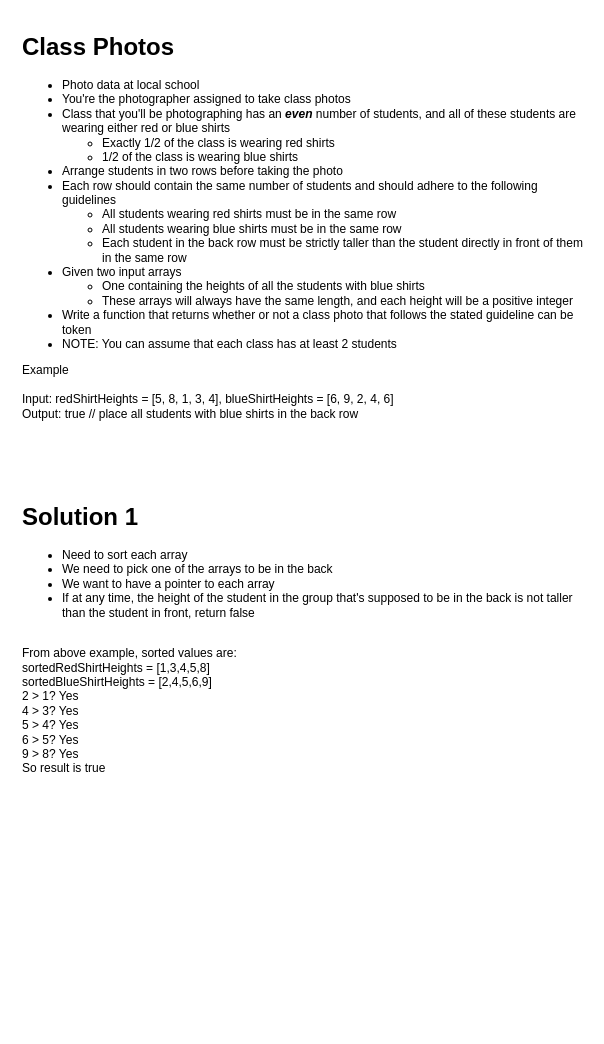
Earlier version of the draw.io diagram src/class-photos.drawio (aj03794/leetcode-problems). Source tidied: cells renumbered, new cells numbered last; positions are measured from the earlier drawing's top-left corner, leaving out a move shared by most shapes. Both pictures are drawn from the tidied source at 100%, with x=0, y=0 at pixel (17, 27).
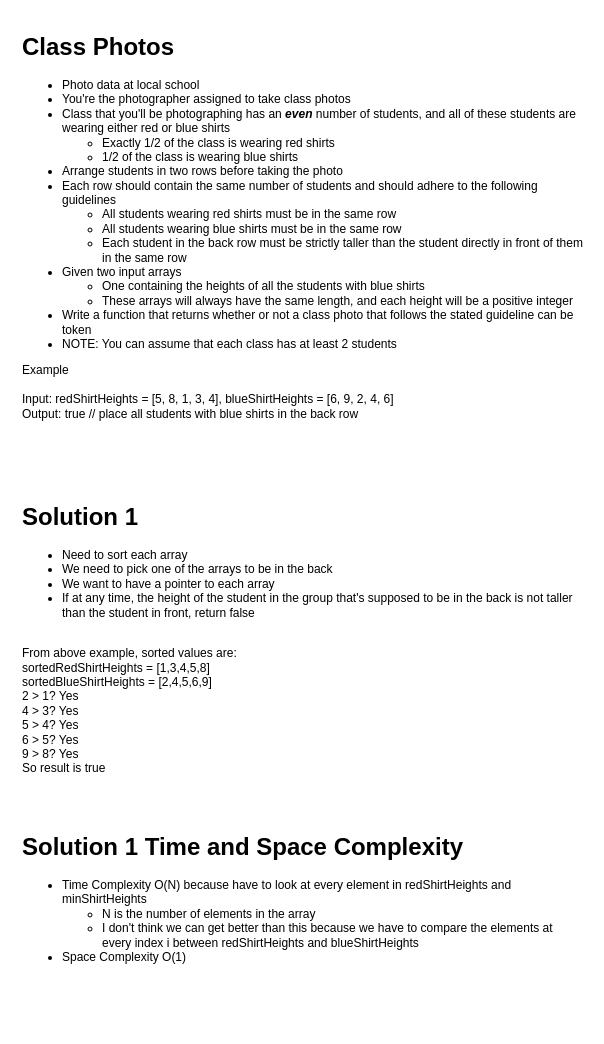
The same page after the edit.

Change to the diagram source:
```diff
@@
 <mxGraphModel>
   <root>
     <mxCell id="0" />
     <mxCell id="1" parent="0" />
     <mxCell id="2" value="&lt;h1&gt;Class Photos&lt;/h1&gt;&lt;p&gt;&lt;/p&gt;&lt;ul&gt;&lt;li&gt;Photo data at local school&lt;/li&gt;&lt;li&gt;You're the photographer assigned to take class photos&lt;/li&gt;&lt;li&gt;Class that you'll be photographing has an &lt;i style=&quot;font-weight: bold;&quot;&gt;even &lt;/i&gt;number of students, and all of these students are wearing either red or blue shirts&lt;/li&gt;&lt;ul&gt;&lt;li&gt;Exactly 1/2 of the class is wearing red shirts&lt;/li&gt;&lt;li&gt;1/2 of the class is wearing blue shirts&lt;/li&gt;&lt;/ul&gt;&lt;li&gt;Arrange students in two rows before taking the photo&lt;/li&gt;&lt;li&gt;Each row should contain the same number of students and should adhere to the following guidelines&lt;/li&gt;&lt;ul&gt;&lt;li&gt;All students wearing red shirts must be in the same row&lt;/li&gt;&lt;li&gt;All students wearing blue shirts must be in the same row&lt;/li&gt;&lt;li&gt;Each student in the back row must be strictly taller than the student directly in front of them in the same row&lt;/li&gt;&lt;/ul&gt;&lt;li&gt;Given two input arrays&lt;/li&gt;&lt;ul&gt;&lt;li&gt;One containing the heights of all the students with blue shirts&lt;/li&gt;&lt;li&gt;These arrays will always have the same length, and each height will be a positive integer&lt;/li&gt;&lt;/ul&gt;&lt;li&gt;Write a function that returns whether or not a class photo that follows the stated guideline can be token&lt;/li&gt;&lt;li&gt;NOTE: You can assume that each class has at least 2 students&lt;/li&gt;&lt;/ul&gt;&lt;div&gt;Example&lt;/div&gt;&lt;div&gt;&lt;br&gt;&lt;/div&gt;&lt;div&gt;Input: redShirtHeights = [5, 8, 1, 3, 4],&amp;nbsp;&lt;span style=&quot;background-color: initial;&quot;&gt;blueShirtHeights = [6, 9, 2, 4, 6]&lt;/span&gt;&lt;/div&gt;&lt;div&gt;Output: true // place all students with blue shirts in the back row&lt;/div&gt;&lt;p&gt;&lt;/p&gt;" style="text;html=1;strokeColor=none;fillColor=none;spacing=5;spacingTop=-20;whiteSpace=wrap;overflow=hidden;rounded=0;" parent="1" vertex="1">
       <mxGeometry width="570" height="430" as="geometry" />
     </mxCell>
     <mxCell id="3" value="&lt;h1&gt;Solution 1&lt;/h1&gt;&lt;p&gt;&lt;/p&gt;&lt;ul&gt;&lt;li&gt;Need to sort each array&lt;/li&gt;&lt;li&gt;We need to pick one of the arrays to be in the back&lt;/li&gt;&lt;li&gt;We want to have a pointer to each array&lt;/li&gt;&lt;li&gt;If at any time, the height of the student in the group that's supposed to be in the back is not taller than the student in front, return false&lt;/li&gt;&lt;/ul&gt;&lt;div&gt;&lt;br&gt;&lt;/div&gt;&lt;div&gt;From above example, sorted values are:&lt;/div&gt;&lt;div&gt;sortedRedShirtHeights = [1,3,4,5,8]&lt;/div&gt;&lt;div&gt;sortedBlueShirtHeights = [2,4,5,6,9]&lt;/div&gt;&lt;div&gt;2 &amp;gt; 1? Yes&lt;/div&gt;&lt;div&gt;4 &amp;gt; 3? Yes&lt;/div&gt;&lt;div&gt;5 &amp;gt; 4? Yes&lt;/div&gt;&lt;div&gt;6 &amp;gt; 5? Yes&lt;/div&gt;&lt;div&gt;9 &amp;gt; 8? Yes&lt;/div&gt;&lt;div&gt;So result is true&lt;/div&gt;&lt;div&gt;&lt;br&gt;&lt;/div&gt;&lt;div&gt;&lt;br&gt;&lt;/div&gt;&lt;p&gt;&lt;/p&gt;" style="text;html=1;strokeColor=none;fillColor=none;spacing=5;spacingTop=-20;whiteSpace=wrap;overflow=hidden;rounded=0;" parent="1" vertex="1">
       <mxGeometry y="470" width="560" height="300" as="geometry" />
     </mxCell>
+    <mxCell id="4" value="&lt;h1&gt;Solution 1 Time and Space Complexity&lt;/h1&gt;&lt;p&gt;&lt;/p&gt;&lt;ul&gt;&lt;li&gt;Time Complexity O(N) because have to look at every element in redShirtHeights and minShirtHeights&lt;/li&gt;&lt;ul&gt;&lt;li&gt;N is the number of elements in the array&lt;/li&gt;&lt;li&gt;I don't think we can get better than this because we have to compare the elements at every index i between redShirtHeights and blueShirtHeights&lt;/li&gt;&lt;/ul&gt;&lt;li&gt;Space Complexity O(1)&lt;/li&gt;&lt;/ul&gt;&lt;div&gt;&lt;br&gt;&lt;/div&gt;&lt;div&gt;&lt;br&gt;&lt;/div&gt;&lt;div&gt;&lt;br&gt;&lt;/div&gt;&lt;div&gt;&lt;br&gt;&lt;/div&gt;&lt;p&gt;&lt;/p&gt;" style="text;html=1;strokeColor=none;fillColor=none;spacing=5;spacingTop=-20;whiteSpace=wrap;overflow=hidden;rounded=0;" parent="1" vertex="1">
+      <mxGeometry y="800" width="560" height="200" as="geometry" />
+    </mxCell>
   </root>
 </mxGraphModel>
```
